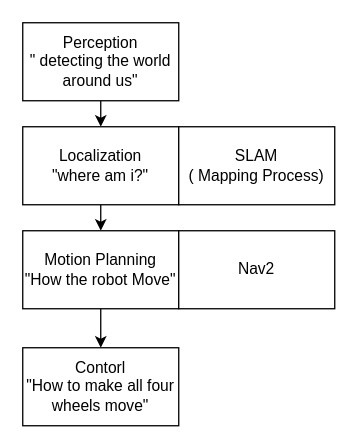
OtsawKenny/notes keeps this draw.io diagram as page "My Robot" (1 of 3) of Robot/architecutre.drawio. Above is the earlier version. Source tidied: cells renumbered, new cells numbered last; positions are measured from the earlier drawing's top-left corner, leaving out a move shared by most shapes. Both pictures are drawn from the tidied source at 130%, with x=0, y=0 at pixel (22, 22).
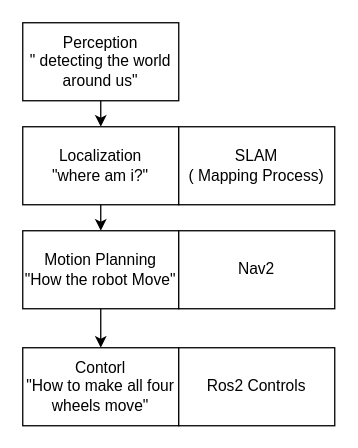
After the change.

The edit, as a diff of the source:
```diff
@@
 <mxGraphModel>
   <root>
     <mxCell id="0" />
     <mxCell id="1" parent="0" />
     <mxCell id="2" style="edgeStyle=none;html=1;" parent="1" edge="1" source="3" target="5">
       <mxGeometry relative="1" as="geometry" />
     </mxCell>
     <mxCell id="3" value="Perception&lt;br&gt;&quot; detecting the world around us&quot;" style="whiteSpace=wrap;html=1;" parent="1" vertex="1">
       <mxGeometry width="120" height="60" as="geometry" />
     </mxCell>
     <mxCell id="4" style="edgeStyle=none;html=1;" parent="1" edge="1" source="5" target="7">
       <mxGeometry relative="1" as="geometry" />
     </mxCell>
     <mxCell id="5" value="Localization&lt;br&gt;&quot;where am i?&quot;" style="whiteSpace=wrap;html=1;" parent="1" vertex="1">
       <mxGeometry y="80" width="120" height="60" as="geometry" />
     </mxCell>
     <mxCell id="6" style="edgeStyle=none;html=1;" parent="1" edge="1" source="7" target="8">
       <mxGeometry relative="1" as="geometry" />
     </mxCell>
     <mxCell id="7" value="Motion Planning&lt;br&gt;&quot;How the robot Move&quot;" style="whiteSpace=wrap;html=1;" parent="1" vertex="1">
       <mxGeometry y="160" width="120" height="60" as="geometry" />
     </mxCell>
     <mxCell id="8" value="Contorl&lt;br&gt;&quot;How to make all four wheels move&quot;" style="whiteSpace=wrap;html=1;" parent="1" vertex="1">
       <mxGeometry y="250" width="120" height="60" as="geometry" />
     </mxCell>
     <mxCell id="9" value="SLAM&lt;br&gt;( Mapping Process)" style="whiteSpace=wrap;html=1;" parent="1" vertex="1">
       <mxGeometry x="120" y="80" width="120" height="60" as="geometry" />
     </mxCell>
     <mxCell id="10" value="Nav2" style="whiteSpace=wrap;html=1;" parent="1" vertex="1">
       <mxGeometry x="120" y="160" width="120" height="60" as="geometry" />
     </mxCell>
+    <mxCell id="11" value="Ros2 Controls" style="whiteSpace=wrap;html=1;" parent="1" vertex="1">
+      <mxGeometry x="120" y="250" width="120" height="60" as="geometry" />
+    </mxCell>
   </root>
 </mxGraphModel>
```
